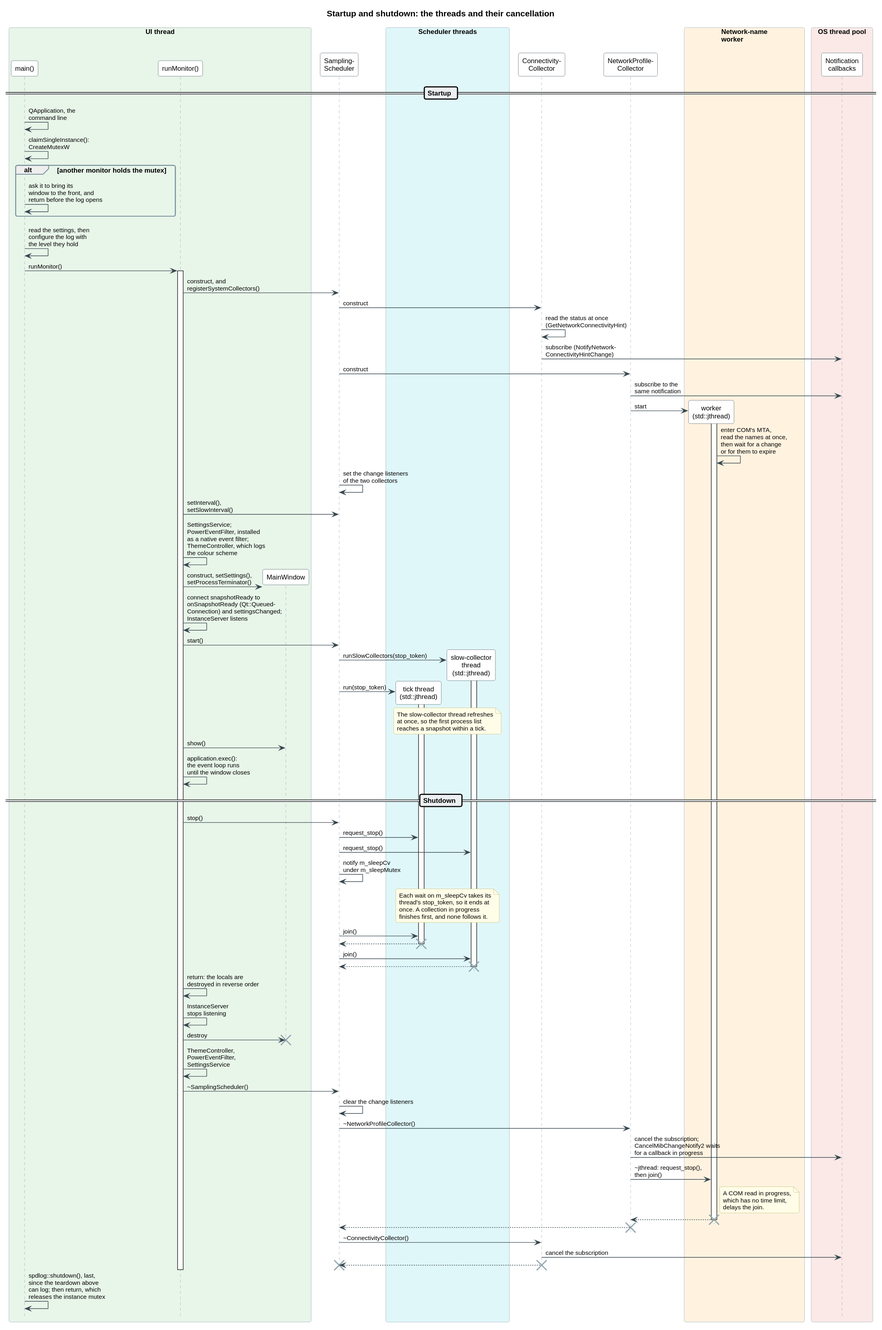
Earlier version of the PlantUML export docs/diagrams/startup_shutdown_sequence.svg (DunderGG/verdandi).
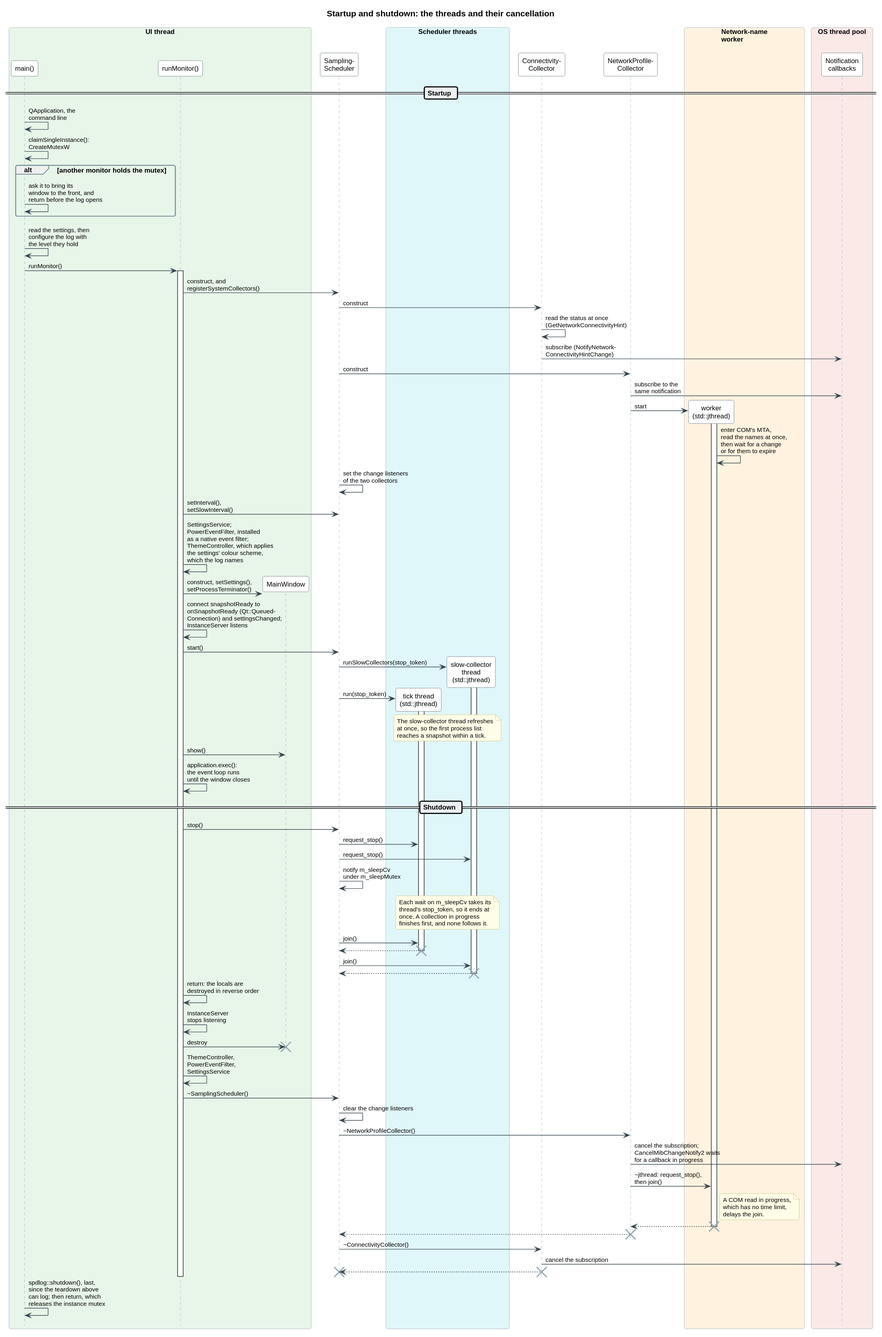
Above is the later version.

The edit, as a diff of the source:
```diff
@@ -49,7 +49,7 @@
 worker -> worker : enter COM's MTA,\nread the names at once,\nthen wait for a change\nor for them to expire
 scheduler -> scheduler : set the change listeners\nof the two collectors
 runMonitor -> scheduler : setInterval(),\nsetSlowInterval()
-runMonitor -> runMonitor : SettingsService;\nPowerEventFilter, installed\nas a native event filter;\nThemeController, which logs\nthe colour scheme
+runMonitor -> runMonitor : SettingsService;\nPowerEventFilter, installed\nas a native event filter;\nThemeController, which applies\nthe settings' colour scheme,\nwhich the log names
 runMonitor -> window ** : construct, setSettings(),\nsetProcessTerminator()
 runMonitor -> runMonitor : connect snapshotReady to\nonSnapshotReady (Qt::Queued-\nConnection) and settingsChanged;\nInstanceServer listens
 runMonitor -> scheduler : start()
```
